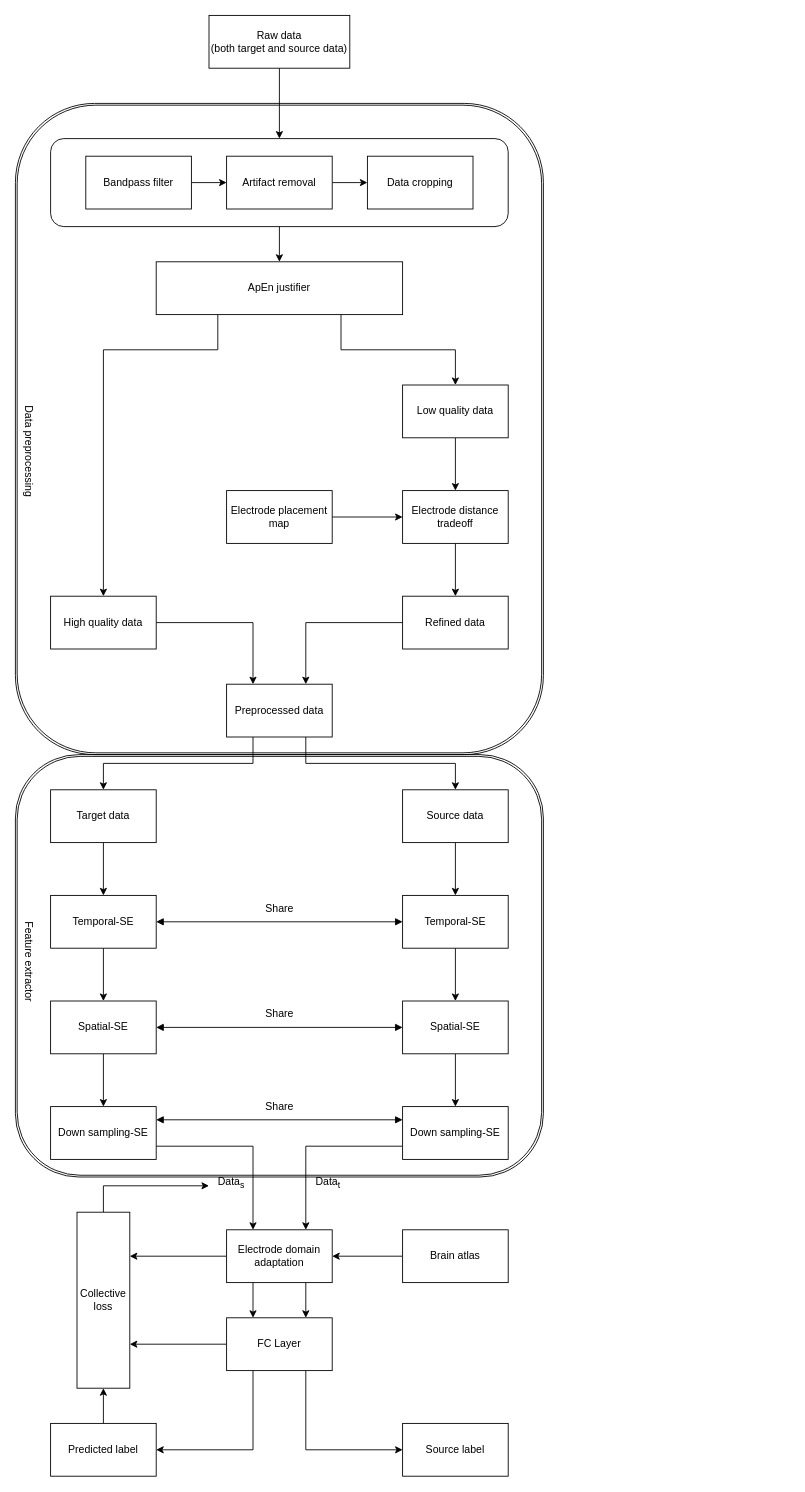
Earlier version of the draw.io diagram Flowchart_0401汇报版本.drawio (JiPingCui/hello-world). Source tidied: cells renumbered, new cells numbered last; positions are measured from the earlier drawing's top-left corner, leaving out a move shared by most shapes. Both pictures are drawn from the tidied source at 88%, with x=0, y=0 at pixel (-29, 15).
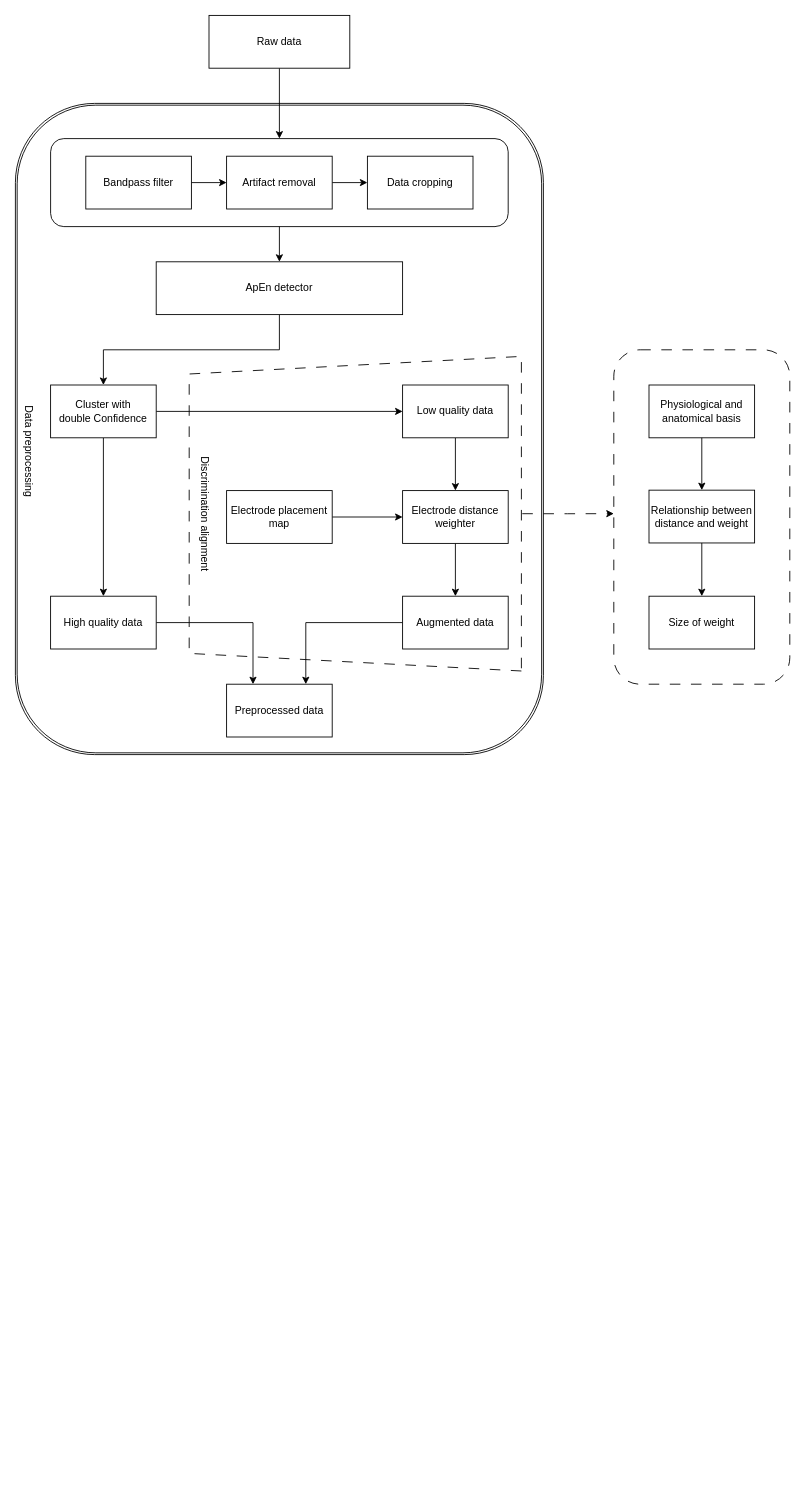
The same page after the edit.

Commit message (it also covers changes not shown here):
更新Flowchart_0401汇报版本.drawio

The change refers to these unchanged cells:
```xml
<mxCell id="10" value="Low quality data" style="rounded=0;whiteSpace=wrap;html=1;" parent="1" vertex="1">
  <mxGeometry x="490" y="420" width="120" height="60" as="geometry" />
</mxCell>
<mxCell id="12" value="High quality data" style="rounded=0;whiteSpace=wrap;html=1;" parent="1" vertex="1">
  <mxGeometry x="90" y="660" width="120" height="60" as="geometry" />
</mxCell>
<mxCell id="24" value="Preprocessed data" style="rounded=0;whiteSpace=wrap;html=1;" parent="1" vertex="1">
  <mxGeometry x="290" y="760" width="120" height="60" as="geometry" />
</mxCell>
```

The edit, as a diff of the source:
```diff
@@
+    <mxCell id="70" style="rounded=1;whiteSpace=wrap;html=1;fillColor=none;dashed=1;dashPattern=12 12;" parent="1" vertex="1">
+      <mxGeometry x="730" y="380" width="200" height="380" as="geometry" />
+    </mxCell>
@@
-    <mxCell id="3" style="shape=ext;double=1;rounded=1;whiteSpace=wrap;html=1;fillColor=none;" parent="1" vertex="1">
-      <mxGeometry x="50" y="840" width="600" height="480" as="geometry" />
-    </mxCell>
+    <mxCell id="71" style="shape=trapezoid;perimeter=trapezoidPerimeter;whiteSpace=wrap;html=1;fixedSize=1;rotation=-90;strokeWidth=1;perimeterSpacing=1;fillColor=none;dashed=1;dashPattern=12 12;" parent="1" vertex="1">
+      <mxGeometry x="257.5" y="377.5" width="357.5" height="377.5" as="geometry" />
+    </mxCell>
@@
-    <mxCell id="5" value="Raw data&lt;div&gt;(both target and source data)&lt;/div&gt;" style="rounded=0;whiteSpace=wrap;html=1;" parent="1" vertex="1">
+    <mxCell id="5" value="Raw data" style="rounded=0;whiteSpace=wrap;html=1;" parent="1" vertex="1">
       <mxGeometry x="270" width="160" height="60" as="geometry" />
     </mxCell>
-    <mxCell id="6" style="edgeStyle=orthogonalEdgeStyle;rounded=0;jettySize=auto;html=1;entryX=0.5;entryY=0;entryDx=0;entryDy=0;" parent="1" edge="1" source="8" target="12">
-      <mxGeometry relative="1" as="geometry">
-        <Array as="points">
-          <mxPoint x="280" y="380" />
-          <mxPoint x="150" y="380" />
-        </Array>
-      </mxGeometry>
-    </mxCell>
-    <mxCell id="7" style="edgeStyle=orthogonalEdgeStyle;rounded=0;jettySize=auto;html=1;entryX=0.5;entryY=0;entryDx=0;entryDy=0;" parent="1" edge="1" source="8" target="10">
-      <mxGeometry relative="1" as="geometry">
-        <Array as="points">
-          <mxPoint x="420" y="380" />
-          <mxPoint x="550" y="380" />
-        </Array>
-      </mxGeometry>
-    </mxCell>
+    <mxCell id="72" style="edgeStyle=orthogonalEdgeStyle;rounded=0;jettySize=auto;html=1;entryX=0.5;entryY=0;entryDx=0;entryDy=0;" parent="1" edge="1" source="8" target="75">
+      <mxGeometry relative="1" as="geometry" />
+    </mxCell>
-    <mxCell id="8" value="ApEn justifier" style="rounded=0;whiteSpace=wrap;html=1;" parent="1" vertex="1">
+    <mxCell id="8" value="ApEn detector" style="rounded=0;whiteSpace=wrap;html=1;" parent="1" vertex="1">
       <mxGeometry x="210" y="280" width="280" height="60" as="geometry" />
     </mxCell>
@@
-    <mxCell id="19" value="Electrode distance tradeoff" style="rounded=0;whiteSpace=wrap;html=1;" parent="1" vertex="1">
+    <mxCell id="19" value="Electrode distance weighter" style="rounded=0;whiteSpace=wrap;html=1;" parent="1" vertex="1">
       <mxGeometry x="490" y="540" width="120" height="60" as="geometry" />
     </mxCell>
@@
-    <mxCell id="21" value="Refined data" style="rounded=0;whiteSpace=wrap;html=1;" parent="1" vertex="1">
+    <mxCell id="21" value="Augmented data" style="rounded=0;whiteSpace=wrap;html=1;" parent="1" vertex="1">
       <mxGeometry x="490" y="660" width="120" height="60" as="geometry" />
     </mxCell>
-    <mxCell id="22" style="edgeStyle=orthogonalEdgeStyle;rounded=0;jettySize=auto;html=1;exitX=0.25;exitY=1;exitDx=0;exitDy=0;entryX=0.5;entryY=0;entryDx=0;entryDy=0;" parent="1" edge="1" source="24" target="28">
-      <mxGeometry relative="1" as="geometry" />
-    </mxCell>
-    <mxCell id="23" style="edgeStyle=orthogonalEdgeStyle;rounded=0;jettySize=auto;html=1;exitX=0.75;exitY=1;exitDx=0;exitDy=0;entryX=0.5;entryY=0;entryDx=0;entryDy=0;" parent="1" edge="1" source="24" target="26">
-      <mxGeometry relative="1" as="geometry" />
-    </mxCell>
@@
-    <mxCell id="25" style="edgeStyle=orthogonalEdgeStyle;rounded=0;jettySize=auto;html=1;entryX=0.5;entryY=0;entryDx=0;entryDy=0;" parent="1" edge="1" source="26" target="30">
-      <mxGeometry relative="1" as="geometry" />
-    </mxCell>
-    <mxCell id="26" value="Source data" style="rounded=0;whiteSpace=wrap;html=1;" parent="1" vertex="1">
-      <mxGeometry x="490" y="880" width="120" height="60" as="geometry" />
-    </mxCell>
-    <mxCell id="27" style="edgeStyle=orthogonalEdgeStyle;rounded=0;jettySize=auto;html=1;entryX=0.5;entryY=0;entryDx=0;entryDy=0;" parent="1" edge="1" source="28" target="32">
-      <mxGeometry relative="1" as="geometry" />
-    </mxCell>
-    <mxCell id="28" value="Target data" style="rounded=0;whiteSpace=wrap;html=1;" parent="1" vertex="1">
-      <mxGeometry x="90" y="880" width="120" height="60" as="geometry" />
-    </mxCell>
-    <mxCell id="29" style="edgeStyle=orthogonalEdgeStyle;rounded=0;jettySize=auto;html=1;entryX=0.5;entryY=0;entryDx=0;entryDy=0;" parent="1" edge="1" source="30" target="34">
-      <mxGeometry relative="1" as="geometry" />
-    </mxCell>
-    <mxCell id="30" value="Temporal-SE" style="rounded=0;whiteSpace=wrap;html=1;" parent="1" vertex="1">
-      <mxGeometry x="490" y="1000" width="120" height="60" as="geometry" />
-    </mxCell>
-    <mxCell id="31" style="edgeStyle=orthogonalEdgeStyle;rounded=0;jettySize=auto;html=1;entryX=0.5;entryY=0;entryDx=0;entryDy=0;" parent="1" edge="1" source="32" target="36">
-      <mxGeometry relative="1" as="geometry" />
-    </mxCell>
-    <mxCell id="32" value="Temporal-SE" style="rounded=0;whiteSpace=wrap;html=1;" parent="1" vertex="1">
-      <mxGeometry x="90" y="1000" width="120" height="60" as="geometry" />
-    </mxCell>
-    <mxCell id="33" style="edgeStyle=orthogonalEdgeStyle;rounded=0;jettySize=auto;html=1;entryX=0.5;entryY=0;entryDx=0;entryDy=0;" parent="1" edge="1" source="34" target="38">
-      <mxGeometry relative="1" as="geometry" />
-    </mxCell>
-    <mxCell id="34" value="Spatial-SE" style="rounded=0;whiteSpace=wrap;html=1;" parent="1" vertex="1">
-      <mxGeometry x="490" y="1120" width="120" height="60" as="geometry" />
-    </mxCell>
-    <mxCell id="35" style="edgeStyle=orthogonalEdgeStyle;rounded=0;jettySize=auto;html=1;entryX=0.5;entryY=0;entryDx=0;entryDy=0;" parent="1" edge="1" source="36" target="40">
-      <mxGeometry relative="1" as="geometry" />
-    </mxCell>
-    <mxCell id="36" value="Spatial-SE" style="rounded=0;whiteSpace=wrap;html=1;" parent="1" vertex="1">
-      <mxGeometry x="90" y="1120" width="120" height="60" as="geometry" />
-    </mxCell>
-    <mxCell id="37" style="edgeStyle=orthogonalEdgeStyle;rounded=0;jettySize=auto;html=1;entryX=0.75;entryY=0;entryDx=0;entryDy=0;exitX=0;exitY=0.75;exitDx=0;exitDy=0;" parent="1" edge="1" source="38" target="44">
-      <mxGeometry relative="1" as="geometry" />
-    </mxCell>
-    <mxCell id="38" value="Down sampling-SE" style="rounded=0;whiteSpace=wrap;html=1;" parent="1" vertex="1">
-      <mxGeometry x="490" y="1240" width="120" height="60" as="geometry" />
-    </mxCell>
-    <mxCell id="39" style="edgeStyle=orthogonalEdgeStyle;rounded=0;jettySize=auto;html=1;entryX=0.25;entryY=0;entryDx=0;entryDy=0;exitX=1;exitY=0.75;exitDx=0;exitDy=0;" parent="1" edge="1" source="40" target="44">
-      <mxGeometry relative="1" as="geometry" />
-    </mxCell>
-    <mxCell id="40" value="Down sampling-SE" style="rounded=0;whiteSpace=wrap;html=1;" parent="1" vertex="1">
-      <mxGeometry x="90" y="1240" width="120" height="60" as="geometry" />
-    </mxCell>
-    <mxCell id="41" style="edgeStyle=orthogonalEdgeStyle;rounded=0;jettySize=auto;html=1;exitX=0.25;exitY=1;exitDx=0;exitDy=0;entryX=0.25;entryY=0;entryDx=0;entryDy=0;" parent="1" edge="1" source="44" target="48">
-      <mxGeometry relative="1" as="geometry" />
-    </mxCell>
-    <mxCell id="42" style="edgeStyle=orthogonalEdgeStyle;rounded=0;jettySize=auto;html=1;exitX=0.75;exitY=1;exitDx=0;exitDy=0;entryX=0.75;entryY=0;entryDx=0;entryDy=0;" parent="1" edge="1" source="44" target="48">
-      <mxGeometry relative="1" as="geometry" />
-    </mxCell>
-    <mxCell id="43" style="edgeStyle=orthogonalEdgeStyle;rounded=0;jettySize=auto;html=1;entryX=0.25;entryY=0;entryDx=0;entryDy=0;" parent="1" edge="1" source="44" target="50">
-      <mxGeometry relative="1" as="geometry" />
-    </mxCell>
-    <mxCell id="44" value="Electrode domain adaptation" style="rounded=0;whiteSpace=wrap;html=1;" parent="1" vertex="1">
-      <mxGeometry x="290" y="1380" width="120" height="60" as="geometry" />
-    </mxCell>
-    <mxCell id="45" style="edgeStyle=orthogonalEdgeStyle;rounded=0;jettySize=auto;html=1;exitX=0.25;exitY=1;exitDx=0;exitDy=0;entryX=1;entryY=0.5;entryDx=0;entryDy=0;" parent="1" edge="1" source="48" target="53">
-      <mxGeometry relative="1" as="geometry" />
-    </mxCell>
-    <mxCell id="46" style="edgeStyle=orthogonalEdgeStyle;rounded=0;jettySize=auto;html=1;exitX=0.75;exitY=1;exitDx=0;exitDy=0;entryX=0;entryY=0.5;entryDx=0;entryDy=0;" parent="1" edge="1" source="48" target="51">
-      <mxGeometry relative="1" as="geometry" />
-    </mxCell>
-    <mxCell id="47" style="edgeStyle=orthogonalEdgeStyle;rounded=0;jettySize=auto;html=1;entryX=0.75;entryY=0;entryDx=0;entryDy=0;" parent="1" edge="1" source="48" target="50">
-      <mxGeometry relative="1" as="geometry" />
-    </mxCell>
-    <mxCell id="48" value="FC Layer" style="rounded=0;whiteSpace=wrap;html=1;" parent="1" vertex="1">
-      <mxGeometry x="290" y="1480" width="120" height="60" as="geometry" />
-    </mxCell>
-    <mxCell id="49" style="edgeStyle=orthogonalEdgeStyle;rounded=0;jettySize=auto;html=1;" parent="1" edge="1" source="50" target="54">
-      <mxGeometry relative="1" as="geometry">
-        <Array as="points">
-          <mxPoint x="150" y="1330" />
-          <mxPoint x="295" y="1330" />
-        </Array>
-      </mxGeometry>
-    </mxCell>
-    <mxCell id="50" value="Collective loss" style="rounded=0;whiteSpace=wrap;html=1;direction=south;" parent="1" vertex="1">
-      <mxGeometry x="120" y="1360" width="60" height="200" as="geometry" />
-    </mxCell>
-    <mxCell id="51" value="Source label" style="rounded=0;whiteSpace=wrap;html=1;" parent="1" vertex="1">
-      <mxGeometry x="490" y="1600" width="120" height="60" as="geometry" />
-    </mxCell>
-    <mxCell id="52" style="edgeStyle=orthogonalEdgeStyle;rounded=0;jettySize=auto;html=1;exitX=0.5;exitY=0;exitDx=0;exitDy=0;entryX=1;entryY=0.5;entryDx=0;entryDy=0;" parent="1" edge="1" source="53" target="50">
-      <mxGeometry relative="1" as="geometry" />
-    </mxCell>
-    <mxCell id="53" value="Predicted label" style="rounded=0;whiteSpace=wrap;html=1;" parent="1" vertex="1">
-      <mxGeometry x="90" y="1600" width="120" height="60" as="geometry" />
-    </mxCell>
-    <mxCell id="54" value="&lt;sub&gt;&lt;span style=&quot;font-size: 12px;&quot;&gt;Data&lt;sub&gt;s&lt;/sub&gt;&lt;/span&gt;&lt;/sub&gt;" style="text;html=1;align=center;verticalAlign=middle;points=[];strokeColor=none;fillColor=none;" parent="1" vertex="1">
-      <mxGeometry x="270" y="1310" width="50" height="30" as="geometry" />
-    </mxCell>
-    <mxCell id="55" value="&lt;sub&gt;&lt;span style=&quot;font-size: 12px;&quot;&gt;Data&lt;sub&gt;t&lt;/sub&gt;&lt;/span&gt;&lt;/sub&gt;" style="text;html=1;align=center;verticalAlign=middle;strokeColor=none;fillColor=none;" parent="1" vertex="1">
-      <mxGeometry x="380" y="1310" width="50" height="30" as="geometry" />
-    </mxCell>
-    <mxCell id="56" style="endArrow=block;startArrow=block;endFill=1;startFill=1;html=1;rounded=0;entryX=0;entryY=0.25;entryDx=0;entryDy=0;exitX=1;exitY=0.25;exitDx=0;exitDy=0;" parent="1" edge="1" source="40" target="38">
-      <mxGeometry relative="1" as="geometry" />
-    </mxCell>
-    <mxCell id="57" style="endArrow=block;startArrow=block;endFill=1;startFill=1;html=1;rounded=0;exitX=1;exitY=0.5;exitDx=0;exitDy=0;entryX=0;entryY=0.5;entryDx=0;entryDy=0;" parent="1" edge="1" source="32" target="30">
-      <mxGeometry relative="1" as="geometry" />
-    </mxCell>
-    <mxCell id="58" style="endArrow=block;startArrow=block;endFill=1;startFill=1;html=1;rounded=0;entryX=0;entryY=0.5;entryDx=0;entryDy=0;exitX=1;exitY=0.5;exitDx=0;exitDy=0;" parent="1" edge="1" source="36" target="34">
-      <mxGeometry relative="1" as="geometry" />
-    </mxCell>
-    <mxCell id="59" value="Share" style="text;html=1;align=center;verticalAlign=middle;strokeColor=none;fillColor=none;" parent="1" vertex="1">
-      <mxGeometry x="320" y="1225" width="60" height="30" as="geometry" />
-    </mxCell>
-    <mxCell id="60" value="Share" style="text;html=1;align=center;verticalAlign=middle;strokeColor=none;fillColor=none;" parent="1" vertex="1">
-      <mxGeometry x="320" y="1000" width="60" height="30" as="geometry" />
-    </mxCell>
-    <mxCell id="61" value="Share" style="text;html=1;align=center;verticalAlign=middle;strokeColor=none;fillColor=none;" parent="1" vertex="1">
-      <mxGeometry x="320" y="1120" width="60" height="30" as="geometry" />
-    </mxCell>
@@
-    <mxCell id="63" value="Feature extractor" style="text;html=1;align=center;verticalAlign=middle;strokeColor=none;fillColor=none;rotation=90;" parent="1" vertex="1">
-      <mxGeometry x="10" y="1060" width="110" height="30" as="geometry" />
-    </mxCell>
@@
-    <mxCell id="68" style="edgeStyle=orthogonalEdgeStyle;rounded=0;jettySize=auto;html=1;" parent="1" edge="1" source="69" target="44">
-      <mxGeometry relative="1" as="geometry" />
-    </mxCell>
-    <mxCell id="69" value="Brain atlas" style="rounded=0;whiteSpace=wrap;html=1;" parent="1" vertex="1">
-      <mxGeometry x="490" y="1380" width="120" height="60" as="geometry" />
-    </mxCell>
+    <mxCell id="73" style="edgeStyle=orthogonalEdgeStyle;rounded=0;jettySize=auto;html=1;exitX=1;exitY=0.5;exitDx=0;exitDy=0;" parent="1" edge="1" source="75" target="10">
+      <mxGeometry relative="1" as="geometry" />
+    </mxCell>
+    <mxCell id="74" style="edgeStyle=orthogonalEdgeStyle;rounded=0;jettySize=auto;html=1;exitX=0.5;exitY=1;exitDx=0;exitDy=0;" parent="1" edge="1" source="75" target="12">
+      <mxGeometry relative="1" as="geometry" />
+    </mxCell>
+    <mxCell id="75" value="&lt;div&gt;Cluster with&lt;/div&gt;&lt;div&gt;double Confidence&lt;/div&gt;" style="rounded=0;whiteSpace=wrap;html=1;" parent="1" vertex="1">
+      <mxGeometry x="90" y="420" width="120" height="60" as="geometry" />
+    </mxCell>
+    <mxCell id="76" style="edgeStyle=orthogonalEdgeStyle;rounded=0;jettySize=auto;html=1;" parent="1" edge="1" source="77" target="80">
+      <mxGeometry relative="1" as="geometry" />
+    </mxCell>
+    <mxCell id="77" value="Physiological and anatomical basis" style="whiteSpace=wrap;html=1;fillColor=none;strokeWidth=1;" parent="1" vertex="1">
+      <mxGeometry x="770" y="420" width="120" height="60" as="geometry" />
+    </mxCell>
+    <mxCell id="78" value="Discrimination alignment" style="text;html=1;align=center;verticalAlign=middle;strokeColor=none;fillColor=none;rotation=90;" parent="1" vertex="1">
+      <mxGeometry x="190" y="551.2" width="150" height="30" as="geometry" />
+    </mxCell>
+    <mxCell id="79" style="edgeStyle=orthogonalEdgeStyle;rounded=0;jettySize=auto;html=1;" parent="1" edge="1" source="80" target="81">
+      <mxGeometry relative="1" as="geometry" />
+    </mxCell>
+    <mxCell id="80" value="Relationship between distance and weight" style="whiteSpace=wrap;html=1;fillColor=none;strokeWidth=1;" parent="1" vertex="1">
+      <mxGeometry x="770" y="539.5" width="120" height="60" as="geometry" />
+    </mxCell>
+    <mxCell id="81" value="Size of weight" style="whiteSpace=wrap;html=1;fillColor=none;strokeWidth=1;" parent="1" vertex="1">
+      <mxGeometry x="770" y="660" width="120" height="60" as="geometry" />
+    </mxCell>
+    <mxCell id="82" style="edgeStyle=orthogonalEdgeStyle;rounded=0;jettySize=auto;html=1;exitX=0.5;exitY=1;exitDx=0;exitDy=0;entryX=0;entryY=0.49;entryDx=0;entryDy=0;entryPerimeter=0;dashed=1;dashPattern=12 12;" parent="1" edge="1" source="71" target="70">
+      <mxGeometry relative="1" as="geometry" />
+    </mxCell>
```
